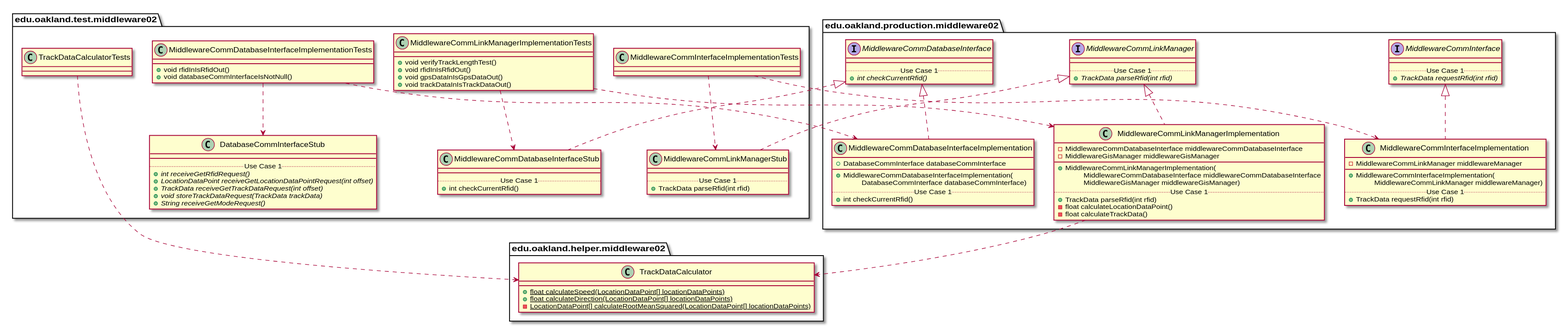
The PlantUML diagram docs/uml-class-diagrams/middleware02/Middleware02Packages_InternalDependencies.svg in elilley15/csi-3370-software-project, before a commit.
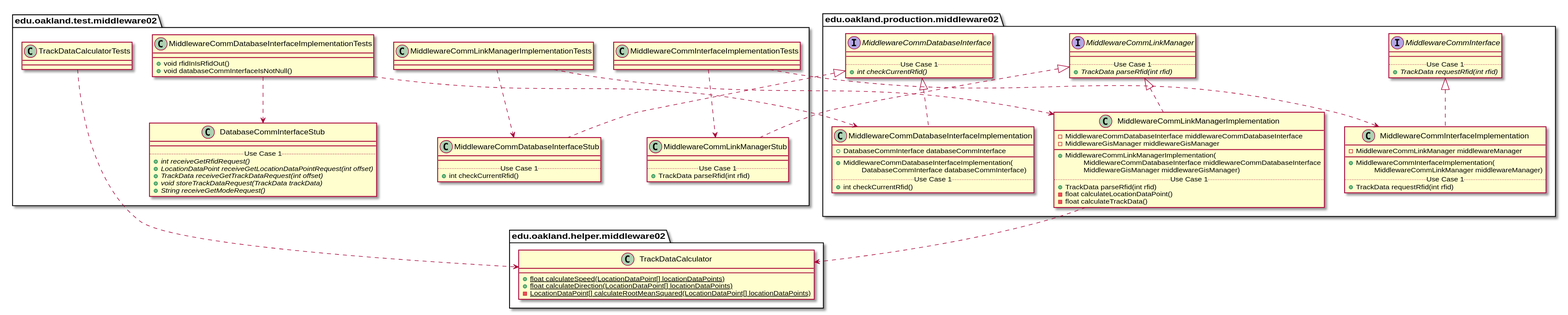
After the commit.

Change to the diagram source:
```diff
@@ -119,10 +119,6 @@
 
 package edu.oakland.test.middleware02 {
     class MiddlewareCommLinkManagerImplementationTests {
-      + void verifyTrackLengthTest()
-      + void rfidInIsRfidOut()
-      + void gpsDataInIsGpsDataOut()
-      + void trackDataInIsTrackDataOut()
     }
 }
 
```
